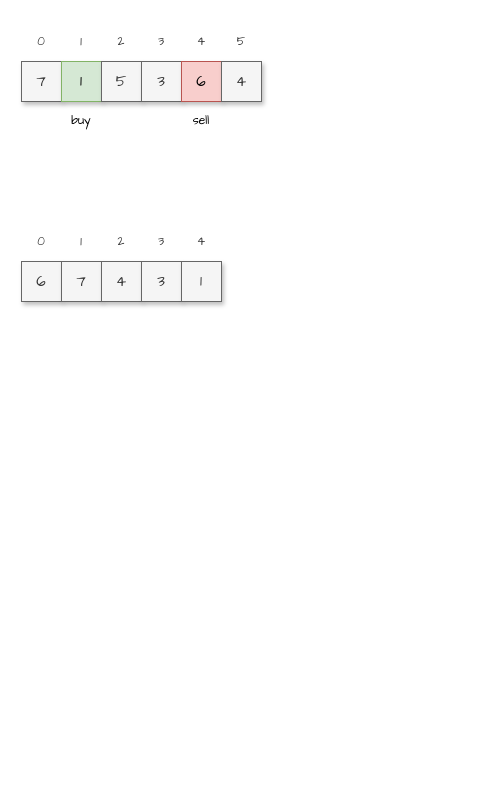
Before: draw.io/买卖股票的最佳时机I.drawio in goldknife6/algorithm, a draw.io diagram. Source tidied: cells renumbered, new cells numbered last; positions are measured from the earlier drawing's top-left corner, leaving out a move shared by most shapes. Both pictures are drawn from the tidied source at 100%, with x=0, y=0 at pixel (21, 21).
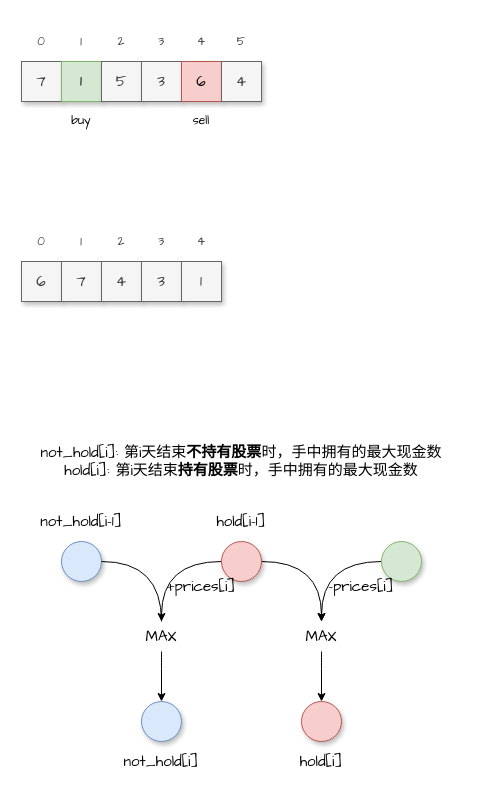
The same page after the edit.

Commit message:
更新买卖股票的最佳时机I.drawio

What changed in the source:
```diff
@@
+    <mxCell id="26" style="ellipse;whiteSpace=wrap;html=1;shadow=1;fillColor=#dae8fc;strokeColor=#6c8ebf;" parent="1" vertex="1">
+      <mxGeometry x="40" y="520" width="40" height="40" as="geometry" />
+    </mxCell>
+    <mxCell id="27" style="ellipse;whiteSpace=wrap;html=1;shadow=1;fillColor=#dae8fc;strokeColor=#6c8ebf;" parent="1" vertex="1">
+      <mxGeometry x="120" y="680" width="40" height="40" as="geometry" />
+    </mxCell>
+    <mxCell id="28" value="&lt;font style=&quot;font-size: 15px&quot;&gt;not_hold[i-1]&lt;/font&gt;" style="text;html=1;strokeColor=none;fillColor=none;align=center;verticalAlign=middle;whiteSpace=wrap;rounded=0;shadow=1;fontFamily=Comic Sans MS;" parent="1" vertex="1">
+      <mxGeometry y="480" width="120" height="40" as="geometry" />
+    </mxCell>
+    <mxCell id="29" value="&lt;font style=&quot;font-size: 15px&quot;&gt;not_hold[i]: 第i天结束&lt;b&gt;不持有股票&lt;/b&gt;时，&lt;span&gt;手中拥有的最大现金数&lt;br&gt;&lt;/span&gt;hold[i]: 第i天结束&lt;b&gt;持有股票&lt;/b&gt;时，手中拥有的最大现金数&lt;/font&gt;&lt;span&gt;&lt;br&gt;&lt;/span&gt;&lt;div class=&quot;okr-block-clipboard&quot;&gt;&lt;/div&gt;" style="text;html=1;strokeColor=none;fillColor=none;align=center;verticalAlign=middle;whiteSpace=wrap;rounded=0;shadow=1;fontFamily=Comic Sans MS;" parent="1" vertex="1">
+      <mxGeometry y="400" width="440" height="80" as="geometry" />
+    </mxCell>
+    <mxCell id="30" style="edgeStyle=orthogonalEdgeStyle;curved=1;rounded=0;jettySize=auto;html=1;exitX=0;exitY=0.5;exitDx=0;exitDy=0;fontFamily=Comic Sans MS;" parent="1" edge="1" source="32" target="36">
+      <mxGeometry relative="1" as="geometry" />
+    </mxCell>
+    <mxCell id="31" style="edgeStyle=orthogonalEdgeStyle;curved=1;rounded=0;jettySize=auto;html=1;exitX=1;exitY=0.5;exitDx=0;exitDy=0;fontFamily=Comic Sans MS;fontSize=15;" parent="1" edge="1" source="32" target="45">
+      <mxGeometry relative="1" as="geometry" />
+    </mxCell>
+    <mxCell id="32" style="ellipse;whiteSpace=wrap;html=1;shadow=1;fillColor=#f8cecc;strokeColor=#b85450;" parent="1" vertex="1">
+      <mxGeometry x="200" y="520" width="40" height="40" as="geometry" />
+    </mxCell>
+    <mxCell id="33" value="&lt;font style=&quot;font-size: 15px&quot;&gt;&lt;span&gt;+prices[i]&lt;/span&gt;&lt;/font&gt;&lt;div class=&quot;okr-block-clipboard&quot;&gt;&lt;/div&gt;" style="text;html=1;strokeColor=none;fillColor=none;align=center;verticalAlign=middle;whiteSpace=wrap;rounded=0;shadow=1;fontFamily=Comic Sans MS;" parent="1" vertex="1">
+      <mxGeometry x="140" y="550" width="80" height="30" as="geometry" />
+    </mxCell>
+    <mxCell id="34" value="&lt;font style=&quot;font-size: 15px&quot;&gt;not_hold[i]&lt;/font&gt;" style="text;html=1;strokeColor=none;fillColor=none;align=center;verticalAlign=middle;whiteSpace=wrap;rounded=0;shadow=1;fontFamily=Comic Sans MS;" parent="1" vertex="1">
+      <mxGeometry x="80" y="720" width="120" height="40" as="geometry" />
+    </mxCell>
+    <mxCell id="35" style="edgeStyle=orthogonalEdgeStyle;curved=1;rounded=0;jettySize=auto;html=1;exitX=0.5;exitY=1;exitDx=0;exitDy=0;entryX=0.5;entryY=0;entryDx=0;entryDy=0;fontFamily=Comic Sans MS;fontSize=15;" parent="1" edge="1" source="36" target="27">
+      <mxGeometry relative="1" as="geometry" />
+    </mxCell>
+    <mxCell id="36" value="MAX" style="text;html=1;strokeColor=none;fillColor=none;align=center;verticalAlign=middle;whiteSpace=wrap;rounded=0;shadow=1;fontFamily=Comic Sans MS;fontSize=15;" parent="1" vertex="1">
+      <mxGeometry x="110" y="600" width="60" height="30" as="geometry" />
+    </mxCell>
+    <mxCell id="37" style="rounded=0;jettySize=auto;html=1;exitX=1;exitY=0.5;exitDx=0;exitDy=0;entryX=0.5;entryY=0;entryDx=0;entryDy=0;edgeStyle=orthogonalEdgeStyle;curved=1;endArrow=none;" parent="1" edge="1" source="26" target="36">
+      <mxGeometry relative="1" as="geometry" />
+    </mxCell>
+    <mxCell id="38" style="ellipse;whiteSpace=wrap;html=1;shadow=1;fillColor=#f8cecc;strokeColor=#b85450;" parent="1" vertex="1">
+      <mxGeometry x="280" y="680" width="40" height="40" as="geometry" />
+    </mxCell>
+    <mxCell id="39" value="&lt;font style=&quot;font-size: 15px&quot;&gt;hold[i-1]&lt;/font&gt;" style="text;html=1;strokeColor=none;fillColor=none;align=center;verticalAlign=middle;whiteSpace=wrap;rounded=0;shadow=1;fontFamily=Comic Sans MS;" parent="1" vertex="1">
+      <mxGeometry x="180" y="480" width="80" height="40" as="geometry" />
+    </mxCell>
+    <mxCell id="40" style="edgeStyle=orthogonalEdgeStyle;curved=1;rounded=0;jettySize=auto;html=1;exitX=0;exitY=0.5;exitDx=0;exitDy=0;fontFamily=Comic Sans MS;" parent="1" edge="1" source="41" target="45">
+      <mxGeometry relative="1" as="geometry" />
+    </mxCell>
+    <mxCell id="41" style="ellipse;whiteSpace=wrap;html=1;shadow=1;fillColor=#d5e8d4;strokeColor=#82b366;" parent="1" vertex="1">
+      <mxGeometry x="360" y="520" width="40" height="40" as="geometry" />
+    </mxCell>
+    <mxCell id="42" value="&lt;font style=&quot;font-size: 15px&quot;&gt;&lt;span&gt;-prices[i]&lt;/span&gt;&lt;/font&gt;&lt;div class=&quot;okr-block-clipboard&quot;&gt;&lt;/div&gt;" style="text;html=1;strokeColor=none;fillColor=none;align=center;verticalAlign=middle;whiteSpace=wrap;rounded=0;shadow=1;fontFamily=Comic Sans MS;" parent="1" vertex="1">
+      <mxGeometry x="300" y="550" width="80" height="30" as="geometry" />
+    </mxCell>
+    <mxCell id="43" value="&lt;font style=&quot;font-size: 15px&quot;&gt;hold[i]&lt;/font&gt;" style="text;html=1;strokeColor=none;fillColor=none;align=center;verticalAlign=middle;whiteSpace=wrap;rounded=0;shadow=1;fontFamily=Comic Sans MS;" parent="1" vertex="1">
+      <mxGeometry x="240" y="720" width="120" height="40" as="geometry" />
+    </mxCell>
+    <mxCell id="44" style="edgeStyle=orthogonalEdgeStyle;curved=1;rounded=0;jettySize=auto;html=1;exitX=0.5;exitY=1;exitDx=0;exitDy=0;entryX=0.5;entryY=0;entryDx=0;entryDy=0;fontFamily=Comic Sans MS;fontSize=15;" parent="1" edge="1" source="45" target="38">
+      <mxGeometry relative="1" as="geometry" />
+    </mxCell>
+    <mxCell id="45" value="MAX" style="text;html=1;strokeColor=none;fillColor=none;align=center;verticalAlign=middle;whiteSpace=wrap;rounded=0;shadow=1;fontFamily=Comic Sans MS;fontSize=15;" parent="1" vertex="1">
+      <mxGeometry x="270" y="600" width="60" height="30" as="geometry" />
+    </mxCell>
```
